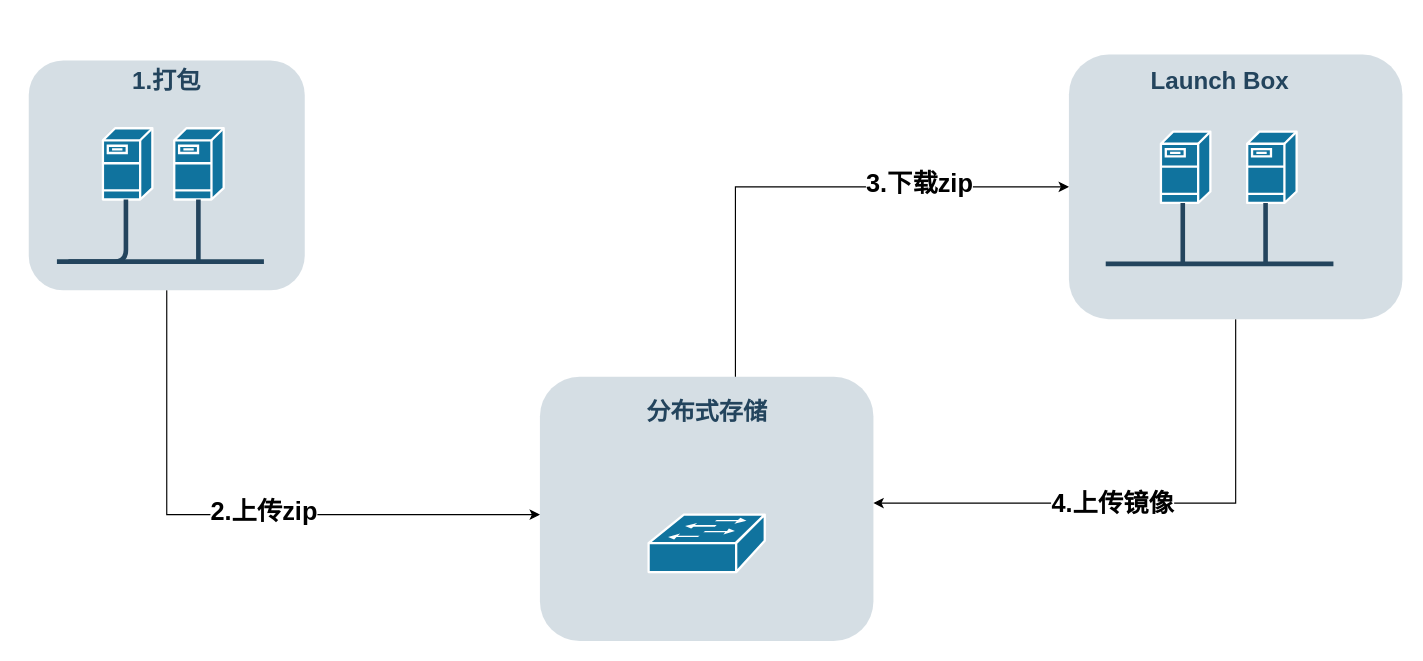
This is 未命名绘图.drawio from zengwenju/myfirsttest, a draw.io file, before an edit. Source tidied: cells renumbered, new cells numbered last; positions are measured from the earlier drawing's top-left corner, leaving out a move shared by most shapes. Both pictures are drawn from the tidied source at 115%, with x=0, y=0 at pixel (29, 54).
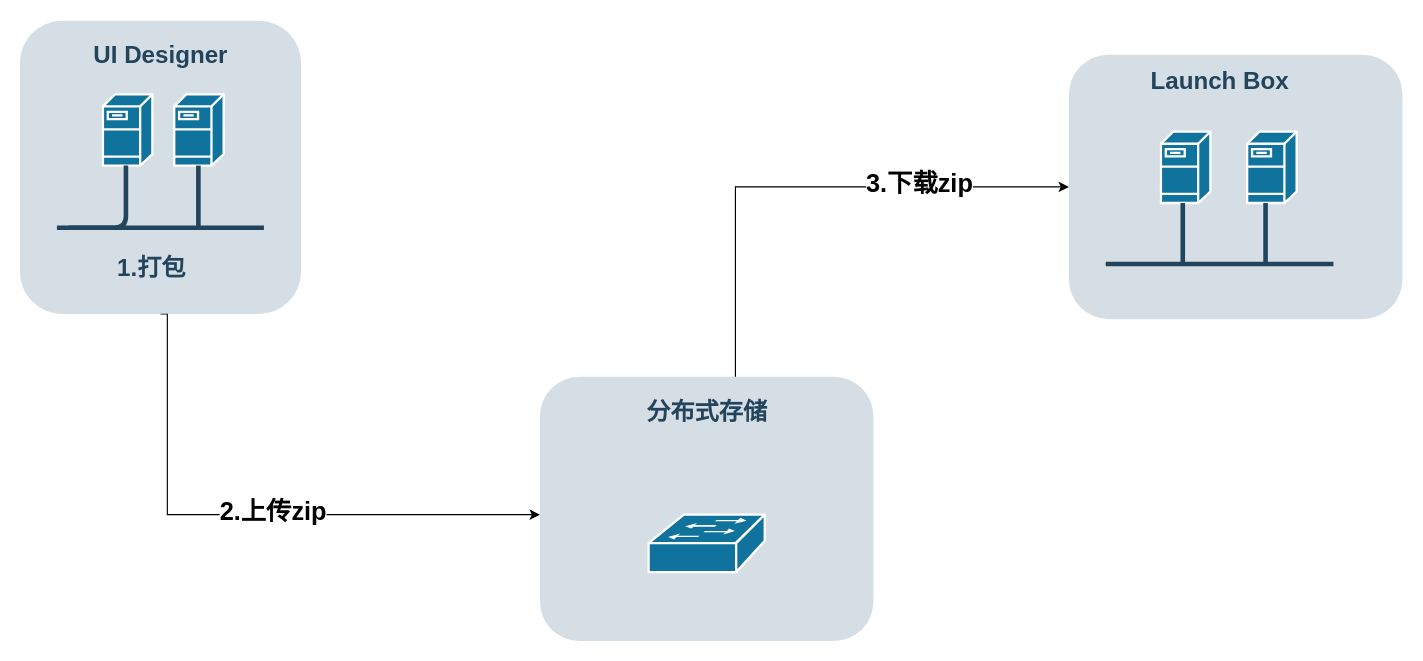
After the change.

Commit message:
更新未命名绘图.drawio

Unchanged cells that the change refers to:
```xml
<mxCell id="5" style="rounded=1;whiteSpace=wrap;html=1;strokeColor=none;fillColor=#BAC8D3;fontSize=24;fontColor=#23445D;align=center;opacity=60;" parent="1" vertex="1">
  <mxGeometry x="904" width="290" height="230" as="geometry" />
</mxCell>
```

Diff of the diagram source:
```diff
@@
-    <mxCell id="3" style="edgeStyle=orthogonalEdgeStyle;rounded=0;jettySize=auto;html=1;" parent="1" edge="1" source="5">
-      <mxGeometry relative="1" as="geometry">
-        <mxPoint x="734" y="390" as="targetPoint" />
-        <Array as="points">
-          <mxPoint x="1049" y="390" />
-        </Array>
-      </mxGeometry>
-    </mxCell>
-    <mxCell id="4" value="&lt;h1&gt;4.上传镜像&lt;/h1&gt;" style="edgeLabel;html=1;align=center;verticalAlign=middle;" parent="3" vertex="1">
-      <mxGeometry x="0.13" relative="1" as="geometry" />
-    </mxCell>
@@
     <mxCell id="8" style="rounded=1;whiteSpace=wrap;html=1;strokeColor=none;fillColor=#BAC8D3;fontSize=24;fontColor=#23445D;align=center;opacity=60;" parent="1" vertex="1">
-      <mxGeometry x="-0.5" y="5" width="240" height="200" as="geometry" />
+      <mxGeometry x="-8.2" y="-29.5" width="244.5" height="255" as="geometry" />
     </mxCell>
     <mxCell id="9" style="shape=mxgraph.cisco.servers.fileserver;html=1;dashed=0;fillColor=#10739E;strokeColor=#ffffff;strokeWidth=2;verticalLabelPosition=bottom;verticalAlign=top;fontFamily=Helvetica;fontSize=36;fontColor=#FFB366;" parent="1" vertex="1">
-      <mxGeometry x="64" y="64" width="43" height="62" as="geometry" />
+      <mxGeometry x="64" y="34.5" width="43" height="62" as="geometry" />
     </mxCell>
     <mxCell id="10" style="shape=mxgraph.cisco.servers.fileserver;html=1;dashed=0;fillColor=#10739E;strokeColor=#ffffff;strokeWidth=2;verticalLabelPosition=bottom;verticalAlign=top;fontFamily=Helvetica;fontSize=36;fontColor=#FFB366;" parent="1" vertex="1">
-      <mxGeometry x="126" y="64" width="43" height="62" as="geometry" />
+      <mxGeometry x="126" y="34.5" width="43" height="62" as="geometry" />
     </mxCell>
@@
     <mxCell id="13" style="line;html=1;strokeColor=#23445D;" parent="1" vertex="1">
-      <mxGeometry x="24" y="175" width="180" height="10" as="geometry" />
+      <mxGeometry x="24" y="145.5" width="180" height="10" as="geometry" />
     </mxCell>
@@
     <mxCell id="15" style="edgeStyle=elbowEdgeStyle;elbow=horizontal;endArrow=none;html=1;strokeColor=#23445D;endFill=0;strokeWidth=4;rounded=1;" parent="1" edge="1" target="10">
       <mxGeometry relative="1" as="geometry">
-        <mxPoint x="147" y="179" as="sourcePoint" />
+        <mxPoint x="147" y="149.5" as="sourcePoint" />
       </mxGeometry>
     </mxCell>
     <mxCell id="16" style="edgeStyle=elbowEdgeStyle;elbow=horizontal;endArrow=none;html=1;strokeColor=#23445D;endFill=0;strokeWidth=4;rounded=1;" parent="1" edge="1" target="9">
       <mxGeometry relative="1" as="geometry">
-        <mxPoint x="34" y="180" as="sourcePoint" />
+        <mxPoint x="34" y="150.5" as="sourcePoint" />
         <Array as="points">
-          <mxPoint x="84" y="150" />
+          <mxPoint x="84" y="120.5" />
         </Array>
       </mxGeometry>
     </mxCell>
@@
     <mxCell id="19" value="&lt;h2&gt;&lt;font color=&quot;#23445d&quot;&gt;1.打包&lt;/font&gt;&lt;/h2&gt;" style="rounded=1;whiteSpace=wrap;html=1;strokeColor=none;fillColor=none;fontSize=14;fontColor=#742B21;align=center;fontStyle=1;" parent="1" vertex="1">
-      <mxGeometry x="7" y="12" width="225" height="19" as="geometry" />
+      <mxGeometry x="-6" y="175.5" width="225" height="19" as="geometry" />
     </mxCell>
@@
+    <mxCell id="25" value="&lt;h2&gt;&lt;font color=&quot;#23445d&quot;&gt;UI Designer&lt;/font&gt;&lt;/h2&gt;" style="rounded=1;whiteSpace=wrap;html=1;strokeColor=none;fillColor=none;fontSize=14;fontColor=#742B21;align=center;fontStyle=1;" parent="1" vertex="1">
+      <mxGeometry x="1.5" y="-9.5" width="225" height="19" as="geometry" />
+    </mxCell>
```
